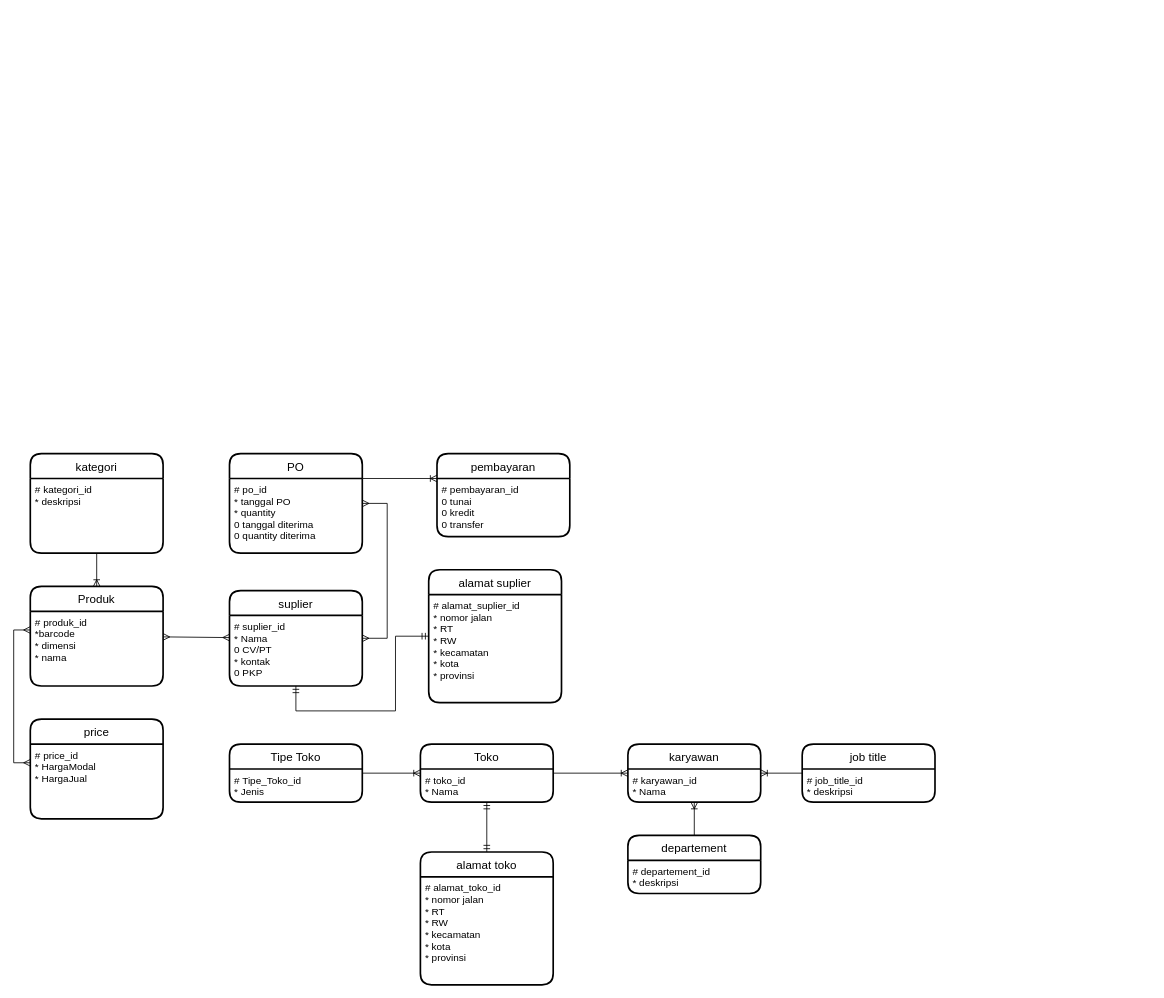
This is NewNajib.drawio from Lastwolf666/PBO, a draw.io file, before an edit. Source tidied: cells renumbered, new cells numbered last; positions are measured from the earlier drawing's top-left corner, leaving out a move shared by most shapes. Both pictures are drawn from the tidied source at 83%, with x=0, y=0 at pixel (13, 453).
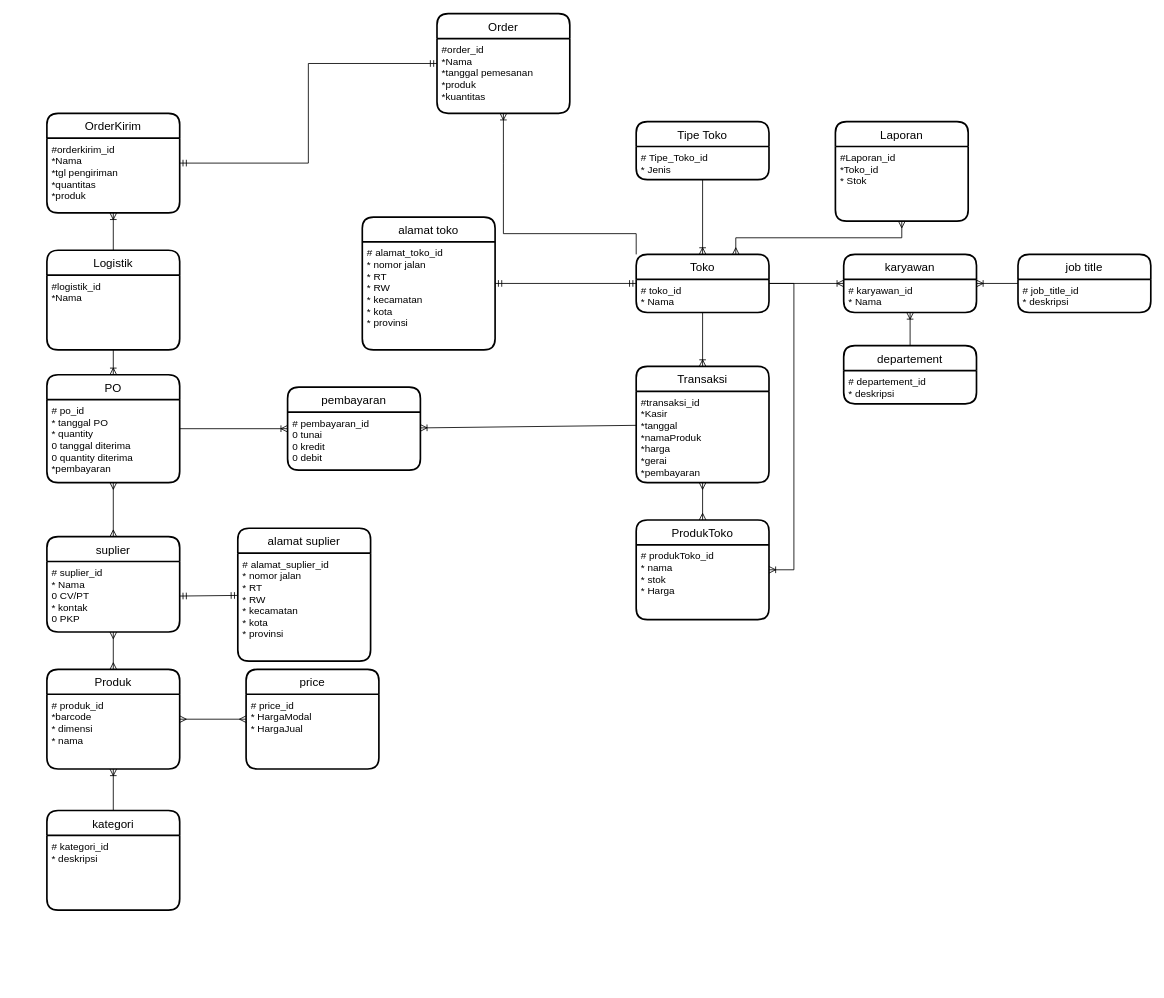
The same diagram, later.

The change refers to these unchanged cells:
```xml
<mxCell id="3" value="# produk_id&#10;*barcode&#10;* dimensi&#10;* nama" style="align=left;strokeColor=none;fillColor=none;spacingLeft=4;fontSize=12;verticalAlign=top;" parent="2" vertex="1">
  <mxGeometry y="30" width="160" height="90" as="geometry" />
</mxCell>
<mxCell id="6" value="# price_id&#10;* HargaModal&#10;* HargaJual" style="align=left;strokeColor=none;fillColor=none;spacingLeft=4;fontSize=12;verticalAlign=top;" parent="5" vertex="1">
  <mxGeometry y="30" width="160" height="90" as="geometry" />
</mxCell>
<mxCell id="12" value="# suplier_id&#10;* Nama&#10;0 CV/PT&#10;* kontak&#10;0 PKP&#10;" style="align=left;strokeColor=none;fillColor=none;spacingLeft=4;fontSize=12;verticalAlign=top;" parent="11" vertex="1">
  <mxGeometry y="30" width="160" height="85" as="geometry" />
</mxCell>
```

Diff of the diagram source:
```diff
@@
     <mxCell id="2" value="Produk" style="swimlane;horizontal=1;startSize=30;rounded=1;fontSize=14;fontStyle=0;strokeWidth=2;shadow=0;dashed=0;align=center;" parent="1" vertex="1">
-      <mxGeometry x="20" y="160" width="160" height="120" as="geometry" />
+      <mxGeometry x="40" y="260" width="160" height="120" as="geometry" />
     </mxCell>
@@
     <mxCell id="5" value="price" style="swimlane;horizontal=1;startSize=30;rounded=1;fontSize=14;fontStyle=0;strokeWidth=2;shadow=0;dashed=0;align=center;" parent="1" vertex="1">
-      <mxGeometry x="20" y="320" width="160" height="120" as="geometry" />
+      <mxGeometry x="280" y="260" width="160" height="120" as="geometry" />
     </mxCell>
@@
-    <mxCell id="7" style="fontSize=12;html=1;endArrow=ERmany;startArrow=ERmany;rounded=0;exitX=0;exitY=0.25;exitDx=0;exitDy=0;entryX=0;entryY=0.25;entryDx=0;entryDy=0;edgeStyle=elbowEdgeStyle;" parent="1" edge="1" source="3" target="6">
-      <mxGeometry relative="1" as="geometry">
-        <Array as="points">
-          <mxPoint y="293" />
-        </Array>
-      </mxGeometry>
+    <mxCell id="7" style="fontSize=12;html=1;endArrow=ERmany;startArrow=ERmany;rounded=0;" parent="1" edge="1" source="2" target="5">
+      <mxGeometry relative="1" as="geometry" />
     </mxCell>
-    <mxCell id="8" value="kategori" style="swimlane;horizontal=1;startSize=30;rounded=1;fontSize=14;fontStyle=0;strokeWidth=2;shadow=0;dashed=0;align=center;" parent="1" vertex="1">
-      <mxGeometry x="20" width="160" height="120" as="geometry" />
-    </mxCell>
-    <mxCell id="9" value="# kategori_id&#10;* deskripsi" style="align=left;strokeColor=none;fillColor=none;spacingLeft=4;fontSize=12;verticalAlign=top;" parent="8" vertex="1">
-      <mxGeometry y="30" width="160" height="90" as="geometry" />
-    </mxCell>
-    <mxCell id="10" style="fontSize=12;html=1;endArrow=ERoneToMany;rounded=0;exitX=0.5;exitY=1;exitDx=0;exitDy=0;entryX=0.5;entryY=0;entryDx=0;entryDy=0;" parent="1" edge="1" source="9" target="2">
+    <mxCell id="10" style="fontSize=12;html=1;endArrow=ERoneToMany;rounded=0;elbow=vertical;" parent="1" edge="1" source="8" target="2">
       <mxGeometry relative="1" as="geometry" />
     </mxCell>
     <mxCell id="11" value="suplier" style="swimlane;horizontal=1;startSize=30;rounded=1;fontSize=14;fontStyle=0;strokeWidth=2;shadow=0;dashed=0;align=center;" parent="1" vertex="1">
-      <mxGeometry x="260" y="165" width="160" height="115" as="geometry" />
+      <mxGeometry x="40" y="100" width="160" height="115" as="geometry" />
     </mxCell>
@@
-    <mxCell id="13" style="fontSize=12;html=1;endArrow=ERmany;startArrow=ERmany;rounded=0;" parent="1" edge="1" source="2" target="11">
-      <mxGeometry relative="1" as="geometry" />
-    </mxCell>
     <mxCell id="14" value="Toko" style="swimlane;horizontal=1;startSize=30;rounded=1;fontSize=14;fontStyle=0;strokeWidth=2;shadow=0;dashed=0;align=center;" parent="1" vertex="1">
-      <mxGeometry x="490" y="350" width="160" height="70" as="geometry" />
+      <mxGeometry x="750" y="-240" width="160" height="70" as="geometry" />
     </mxCell>
-    <mxCell id="15" value="# toko_id&#10;* Nama&#10;" style="align=left;strokeColor=none;fillColor=none;spacingLeft=4;fontSize=12;verticalAlign=top;" parent="14" vertex="1">
+    <mxCell id="15" value="# toko_id&#10;* Nama" style="align=left;strokeColor=none;fillColor=none;spacingLeft=4;fontSize=12;verticalAlign=top;" parent="14" vertex="1">
       <mxGeometry y="30" width="160" height="40" as="geometry" />
     </mxCell>
     <mxCell id="16" value="Tipe Toko" style="swimlane;horizontal=1;startSize=30;rounded=1;fontSize=14;fontStyle=0;strokeWidth=2;shadow=0;dashed=0;align=center;" parent="1" vertex="1">
-      <mxGeometry x="260" y="350" width="160" height="70" as="geometry" />
+      <mxGeometry x="750" y="-400" width="160" height="70" as="geometry" />
     </mxCell>
@@
     <mxCell id="19" value="alamat toko" style="swimlane;horizontal=1;startSize=30;rounded=1;fontSize=14;fontStyle=0;strokeWidth=2;shadow=0;dashed=0;align=center;" parent="1" vertex="1">
-      <mxGeometry x="490" y="480" width="160" height="160" as="geometry" />
+      <mxGeometry x="420" y="-285" width="160" height="160" as="geometry" />
     </mxCell>
@@
     <mxCell id="22" value="karyawan" style="swimlane;horizontal=1;startSize=30;rounded=1;fontSize=14;fontStyle=0;strokeWidth=2;shadow=0;dashed=0;align=center;" parent="1" vertex="1">
-      <mxGeometry x="740" y="350" width="160" height="70" as="geometry" />
+      <mxGeometry x="1000" y="-240" width="160" height="70" as="geometry" />
     </mxCell>
@@
     <mxCell id="24" value="departement" style="swimlane;horizontal=1;startSize=30;rounded=1;fontSize=14;fontStyle=0;strokeWidth=2;shadow=0;dashed=0;align=center;" parent="1" vertex="1">
-      <mxGeometry x="740" y="460" width="160" height="70" as="geometry" />
+      <mxGeometry x="1000" y="-130" width="160" height="70" as="geometry" />
     </mxCell>
@@
     <mxCell id="26" value="job title" style="swimlane;horizontal=1;startSize=30;rounded=1;fontSize=14;fontStyle=0;strokeWidth=2;shadow=0;dashed=0;align=center;" parent="1" vertex="1">
-      <mxGeometry x="950" y="350" width="160" height="70" as="geometry" />
+      <mxGeometry x="1210" y="-240" width="160" height="70" as="geometry" />
     </mxCell>
@@
     <mxCell id="31" value="PO" style="swimlane;horizontal=1;startSize=30;rounded=1;fontSize=14;fontStyle=0;strokeWidth=2;shadow=0;dashed=0;align=center;" parent="1" vertex="1">
-      <mxGeometry x="260" width="160" height="120" as="geometry" />
+      <mxGeometry x="40" y="-95" width="160" height="130" as="geometry" />
     </mxCell>
-    <mxCell id="32" value="# po_id&#10;* tanggal PO&#10;* quantity&#10;0 tanggal diterima&#10;0 quantity diterima" style="align=left;strokeColor=none;fillColor=none;spacingLeft=4;fontSize=12;verticalAlign=top;" parent="31" vertex="1">
-      <mxGeometry y="30" width="160" height="90" as="geometry" />
+    <mxCell id="32" value="# po_id&#10;* tanggal PO&#10;* quantity&#10;0 tanggal diterima&#10;0 quantity diterima&#10;*pembayaran" style="align=left;strokeColor=none;fillColor=none;spacingLeft=4;fontSize=12;verticalAlign=top;" parent="31" vertex="1">
+      <mxGeometry y="30" width="160" height="100" as="geometry" />
     </mxCell>
-    <mxCell id="33" style="edgeStyle=entityRelationEdgeStyle;fontSize=12;html=1;endArrow=ERmany;startArrow=ERmany;rounded=0;" parent="1" edge="1" source="11" target="31">
+    <mxCell id="33" style="fontSize=12;html=1;endArrow=ERmany;startArrow=ERmany;rounded=0;" parent="1" edge="1" source="11" target="31">
       <mxGeometry relative="1" as="geometry" />
     </mxCell>
     <mxCell id="34" value="alamat suplier" style="swimlane;horizontal=1;startSize=30;rounded=1;fontSize=14;fontStyle=0;strokeWidth=2;shadow=0;dashed=0;align=center;" parent="1" vertex="1">
-      <mxGeometry x="500" y="140" width="160" height="160" as="geometry" />
+      <mxGeometry x="270" y="90" width="160" height="160" as="geometry" />
     </mxCell>
@@
-    <mxCell id="36" style="edgeStyle=orthogonalEdgeStyle;fontSize=12;html=1;endArrow=ERmandOne;startArrow=ERmandOne;rounded=0;exitX=0.5;exitY=1;exitDx=0;exitDy=0;" parent="1" edge="1" source="12" target="34">
-      <mxGeometry relative="1" as="geometry">
-        <Array as="points">
-          <mxPoint x="340" y="310" />
-          <mxPoint x="460" y="310" />
-          <mxPoint x="460" y="220" />
-        </Array>
-      </mxGeometry>
+    <mxCell id="36" style="fontSize=12;html=1;endArrow=ERmandOne;startArrow=ERmandOne;rounded=0;" parent="1" edge="1" source="12" target="34">
+      <mxGeometry relative="1" as="geometry" />
     </mxCell>
     <mxCell id="37" value="pembayaran" style="swimlane;horizontal=1;startSize=30;rounded=1;fontSize=14;fontStyle=0;strokeWidth=2;shadow=0;dashed=0;align=center;" parent="1" vertex="1">
-      <mxGeometry x="510" width="160" height="100" as="geometry" />
+      <mxGeometry x="330" y="-80" width="160" height="100" as="geometry" />
     </mxCell>
-    <mxCell id="38" value="# pembayaran_id&#10;0 tunai&#10;0 kredit&#10;0 transfer" style="align=left;strokeColor=none;fillColor=none;spacingLeft=4;fontSize=12;verticalAlign=top;" parent="37" vertex="1">
+    <mxCell id="38" value="# pembayaran_id&#10;0 tunai&#10;0 kredit&#10;0 debit" style="align=left;strokeColor=none;fillColor=none;spacingLeft=4;fontSize=12;verticalAlign=top;" parent="37" vertex="1">
       <mxGeometry y="30" width="160" height="70" as="geometry" />
     </mxCell>
-    <mxCell id="39" style="fontSize=12;html=1;endArrow=ERoneToMany;rounded=0;exitX=1;exitY=0.25;exitDx=0;exitDy=0;entryX=0;entryY=0;entryDx=0;entryDy=0;" parent="1" edge="1" source="31" target="38">
+    <mxCell id="39" style="fontSize=12;html=1;endArrow=ERoneToMany;rounded=0;" parent="1" edge="1" source="31" target="37">
       <mxGeometry relative="1" as="geometry" />
     </mxCell>
+    <mxCell id="40" value="Logistik" style="swimlane;horizontal=1;startSize=30;rounded=1;fontSize=14;fontStyle=0;strokeWidth=2;shadow=0;dashed=0;align=center;" parent="1" vertex="1">
+      <mxGeometry x="40" y="-245" width="160" height="120" as="geometry" />
+    </mxCell>
+    <mxCell id="41" value="#logistik_id&#10;*Nama" style="align=left;strokeColor=none;fillColor=none;spacingLeft=4;fontSize=12;verticalAlign=top;" parent="40" vertex="1">
+      <mxGeometry y="30" width="160" height="90" as="geometry" />
+    </mxCell>
+    <mxCell id="42" style="fontSize=12;html=1;endArrow=ERoneToMany;rounded=0;" parent="1" edge="1" source="40" target="31">
+      <mxGeometry relative="1" as="geometry" />
+    </mxCell>
+    <mxCell id="43" value="Order" style="swimlane;horizontal=1;startSize=30;rounded=1;fontSize=14;fontStyle=0;strokeWidth=2;shadow=0;dashed=0;align=center;" parent="1" vertex="1">
+      <mxGeometry x="510" y="-530" width="160" height="120" as="geometry" />
+    </mxCell>
+    <mxCell id="44" value="#order_id&#10;*Nama&#10;*tanggal pemesanan&#10;*produk&#10;*kuantitas" style="align=left;strokeColor=none;fillColor=none;spacingLeft=4;fontSize=12;verticalAlign=top;" parent="43" vertex="1">
+      <mxGeometry y="30" width="160" height="90" as="geometry" />
+    </mxCell>
+    <mxCell id="45" style="fontSize=12;html=1;endArrow=ERoneToMany;rounded=0;exitX=0;exitY=0;exitDx=0;exitDy=0;edgeStyle=orthogonalEdgeStyle;" parent="1" edge="1" source="14" target="43">
+      <mxGeometry relative="1" as="geometry">
+        <Array as="points">
+          <mxPoint x="750" y="-265" />
+          <mxPoint x="590" y="-265" />
+          <mxPoint x="590" y="-350" />
+        </Array>
+      </mxGeometry>
+    </mxCell>
+    <mxCell id="46" value="OrderKirim" style="swimlane;horizontal=1;startSize=30;rounded=1;fontSize=14;fontStyle=0;strokeWidth=2;shadow=0;dashed=0;align=center;" parent="1" vertex="1">
+      <mxGeometry x="40" y="-410" width="160" height="120" as="geometry" />
+    </mxCell>
+    <mxCell id="47" value="#orderkirim_id&#10;*Nama&#10;*tgl pengiriman&#10;*quantitas&#10;*produk" style="align=left;strokeColor=none;fillColor=none;spacingLeft=4;fontSize=12;verticalAlign=top;" parent="46" vertex="1">
+      <mxGeometry y="30" width="160" height="90" as="geometry" />
+    </mxCell>
+    <mxCell id="48" style="edgeStyle=orthogonalEdgeStyle;fontSize=12;html=1;endArrow=ERmandOne;startArrow=ERmandOne;rounded=0;" parent="1" edge="1" source="46" target="43">
+      <mxGeometry relative="1" as="geometry" />
+    </mxCell>
+    <mxCell id="49" style="fontSize=12;html=1;endArrow=ERoneToMany;rounded=0;" parent="1" edge="1" source="40" target="46">
+      <mxGeometry relative="1" as="geometry" />
+    </mxCell>
+    <mxCell id="50" value="Transaksi" style="swimlane;horizontal=1;startSize=30;rounded=1;fontSize=14;fontStyle=0;strokeWidth=2;shadow=0;dashed=0;align=center;" parent="1" vertex="1">
+      <mxGeometry x="750" y="-105" width="160" height="140" as="geometry" />
+    </mxCell>
+    <mxCell id="51" value="#transaksi_id&#10;*Kasir&#10;*tanggal&#10;*namaProduk&#10;*harga&#10;*gerai&#10;*pembayaran" style="align=left;strokeColor=none;fillColor=none;spacingLeft=4;fontSize=12;verticalAlign=top;" parent="50" vertex="1">
+      <mxGeometry y="30" width="160" height="110" as="geometry" />
+    </mxCell>
+    <mxCell id="8" value="kategori" style="swimlane;horizontal=1;startSize=30;rounded=1;fontSize=14;fontStyle=0;strokeWidth=2;shadow=0;dashed=0;align=center;" parent="1" vertex="1">
+      <mxGeometry x="40" y="430" width="160" height="120" as="geometry" />
+    </mxCell>
+    <mxCell id="9" value="# kategori_id&#10;* deskripsi" style="align=left;strokeColor=none;fillColor=none;spacingLeft=4;fontSize=12;verticalAlign=top;" parent="8" vertex="1">
+      <mxGeometry y="30" width="160" height="90" as="geometry" />
+    </mxCell>
+    <mxCell id="52" style="fontSize=12;html=1;endArrow=ERmany;startArrow=ERmany;rounded=0;elbow=vertical;" parent="1" edge="1" source="11" target="2">
+      <mxGeometry relative="1" as="geometry" />
+    </mxCell>
+    <mxCell id="53" style="fontSize=12;html=1;endArrow=ERoneToMany;rounded=0;" parent="1" edge="1" source="14" target="50">
+      <mxGeometry relative="1" as="geometry" />
+    </mxCell>
+    <mxCell id="54" style="fontSize=12;html=1;endArrow=ERoneToMany;rounded=0;" parent="1" edge="1" source="50" target="37">
+      <mxGeometry relative="1" as="geometry" />
+    </mxCell>
+    <mxCell id="55" value="Laporan" style="swimlane;horizontal=1;startSize=30;rounded=1;fontSize=14;fontStyle=0;strokeWidth=2;shadow=0;dashed=0;align=center;" parent="1" vertex="1">
+      <mxGeometry x="990" y="-400" width="160" height="120" as="geometry" />
+    </mxCell>
+    <mxCell id="56" value="#Laporan_id&#10;*Toko_id&#10;* Stok" style="align=left;strokeColor=none;fillColor=none;spacingLeft=4;fontSize=12;verticalAlign=top;" parent="55" vertex="1">
+      <mxGeometry y="30" width="160" height="90" as="geometry" />
+    </mxCell>
+    <mxCell id="57" value="ProdukToko" style="swimlane;horizontal=1;startSize=30;rounded=1;fontSize=14;fontStyle=0;strokeWidth=2;shadow=0;dashed=0;align=center;" parent="1" vertex="1">
+      <mxGeometry x="750" y="80" width="160" height="120" as="geometry" />
+    </mxCell>
+    <mxCell id="58" value="# produkToko_id&#10;* nama&#10;* stok&#10;* Harga" style="align=left;strokeColor=none;fillColor=none;spacingLeft=4;fontSize=12;verticalAlign=top;" parent="57" vertex="1">
+      <mxGeometry y="30" width="160" height="90" as="geometry" />
+    </mxCell>
+    <mxCell id="59" style="edgeStyle=none;rounded=0;orthogonalLoop=1;jettySize=auto;html=1;exitX=0.25;exitY=1;exitDx=0;exitDy=0;" parent="57" edge="1" source="58" target="58">
+      <mxGeometry relative="1" as="geometry" />
+    </mxCell>
+    <mxCell id="60" style="fontSize=12;html=1;endArrow=ERmany;startArrow=ERmany;rounded=0;" parent="1" edge="1" source="57" target="50">
+      <mxGeometry relative="1" as="geometry" />
+    </mxCell>
+    <mxCell id="61" style="edgeStyle=elbowEdgeStyle;fontSize=12;html=1;endArrow=ERmany;startArrow=ERmany;rounded=0;elbow=vertical;exitX=0.75;exitY=0;exitDx=0;exitDy=0;" parent="1" edge="1" source="14" target="55">
+      <mxGeometry relative="1" as="geometry" />
+    </mxCell>
+    <mxCell id="62" style="edgeStyle=entityRelationEdgeStyle;fontSize=12;html=1;endArrow=ERoneToMany;rounded=0;elbow=vertical;" parent="1" edge="1" source="14" target="57">
+      <mxGeometry relative="1" as="geometry" />
+    </mxCell>
```
